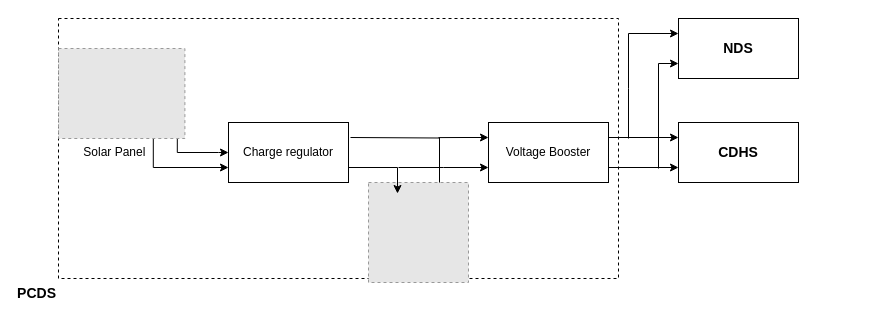
Earlier version of the draw.io diagram PCDS.drawio (AnuragMTP/Figures-thesis). Source tidied: cells renumbered, new cells numbered last; positions are measured from the earlier drawing's top-left corner, leaving out a move shared by most shapes. Both pictures are drawn from the tidied source at 100%, with x=0, y=0 at pixel (58, 18). Pictures stored in the file or linked from it are replaced by grey dashed boxes.
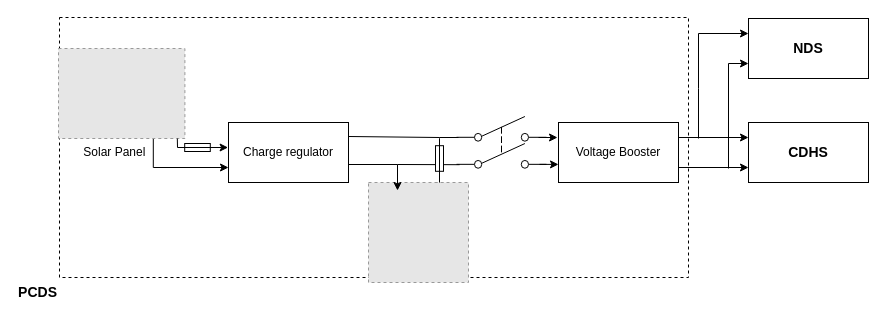
The same page after the edit.

The change refers to these unchanged cells:
```xml
<mxCell id="4" value="Charge regulator" style="rounded=0;whiteSpace=wrap;html=1;" parent="1" vertex="1">
  <mxGeometry x="170" y="104" width="120" height="60" as="geometry" />
</mxCell>
<mxCell id="7" style="fillColor=#E6E6E6;strokeColor=#999999;dashed=1;html=1;verticalAlign=top;verticalLabelPosition=bottom;labelBackgroundColor=#ffffff;" parent="1" vertex="1">
  <mxGeometry x="310" y="164" width="100" height="100" as="geometry" />
</mxCell>
<mxCell id="8" value="&amp;nbsp; &amp;nbsp; &amp;nbsp; &amp;nbsp;Solar Panel" style="fillColor=#E6E6E6;strokeColor=#999999;dashed=1;html=1;verticalAlign=top;verticalLabelPosition=bottom;labelBackgroundColor=#ffffff;align=left;" parent="1" vertex="1">
  <mxGeometry y="30" width="126.4" height="90" as="geometry" />
</mxCell>
```

What changed in the source:
```diff
@@
+    <mxCell id="19" style="edgeStyle=none;rounded=0;orthogonalLoop=1;jettySize=auto;html=1;exitX=0;exitY=0.5;exitDx=0;exitDy=0;exitPerimeter=0;startArrow=none;startFill=0;endArrow=none;endFill=0;entryX=0.023;entryY=0.918;entryDx=0;entryDy=0;entryPerimeter=0;" parent="1" edge="1">
+      <mxGeometry relative="1" as="geometry">
+        <mxPoint x="339" y="146" as="sourcePoint" />
+        <mxPoint x="401.1" y="146.2" as="targetPoint" />
+      </mxGeometry>
+    </mxCell>
     <mxCell id="2" value="&lt;b&gt;&lt;font style=&quot;font-size: 14px;&quot;&gt;PCDS&lt;/font&gt;&lt;/b&gt;" style="rounded=0;whiteSpace=wrap;html=1;dashed=1;fillColor=none;labelPosition=left;verticalLabelPosition=bottom;align=right;verticalAlign=top;horizontal=1;textDirection=ltr;" parent="1" vertex="1">
-      <mxGeometry width="560" height="260" as="geometry" />
+      <mxGeometry x="1" y="-1" width="629" height="260" as="geometry" />
     </mxCell>
-    <mxCell id="3" style="edgeStyle=orthogonalEdgeStyle;rounded=0;jettySize=auto;html=1;exitX=1;exitY=0.25;exitDx=0;exitDy=0;entryX=0.71;entryY=0.11;entryDx=0;entryDy=0;entryPerimeter=0;" parent="1" edge="1" target="7">
-      <mxGeometry relative="1" as="geometry">
-        <mxPoint x="292" y="119" as="sourcePoint" />
-      </mxGeometry>
-    </mxCell>
@@
-    <mxCell id="5" style="edgeStyle=orthogonalEdgeStyle;rounded=0;jettySize=auto;html=1;exitX=0.94;exitY=1;exitDx=0;exitDy=0;exitPerimeter=0;" parent="1" edge="1" source="8">
-      <mxGeometry relative="1" as="geometry">
-        <mxPoint x="170" y="134" as="targetPoint" />
-        <Array as="points">
-          <mxPoint x="119" y="134" />
-          <mxPoint x="160" y="134" />
-        </Array>
-      </mxGeometry>
-    </mxCell>
@@
+    <mxCell id="20" style="edgeStyle=orthogonalEdgeStyle;rounded=0;orthogonalLoop=1;jettySize=auto;html=1;exitX=0.71;exitY=0.11;exitDx=0;exitDy=0;exitPerimeter=0;entryX=1;entryY=0.5;entryDx=0;entryDy=0;entryPerimeter=0;startArrow=classic;startFill=1;endArrow=none;endFill=0;" parent="1" edge="1">
+      <mxGeometry relative="1" as="geometry">
+        <mxPoint x="381" y="172" as="sourcePoint" />
+        <mxPoint x="381" y="155" as="targetPoint" />
+      </mxGeometry>
+    </mxCell>
@@
-    <mxCell id="9" style="edgeStyle=orthogonalEdgeStyle;rounded=0;jettySize=auto;html=1;exitX=1;exitY=0.75;exitDx=0;exitDy=0;entryX=0.29;entryY=0.11;entryDx=0;entryDy=0;entryPerimeter=0;" parent="1" edge="1" source="4" target="7">
+    <mxCell id="9" style="edgeStyle=orthogonalEdgeStyle;rounded=0;orthogonalLoop=1;jettySize=auto;html=1;exitX=1;exitY=0.75;exitDx=0;exitDy=0;entryX=0.29;entryY=0.11;entryDx=0;entryDy=0;entryPerimeter=0;" parent="1" edge="1">
       <mxGeometry relative="1" as="geometry">
+        <mxPoint x="290" y="146" as="sourcePoint" />
+        <mxPoint x="339" y="172" as="targetPoint" />
         <Array as="points">
-          <mxPoint x="339" y="149" />
+          <mxPoint x="339" y="146" />
         </Array>
       </mxGeometry>
     </mxCell>
-    <mxCell id="10" style="edgeStyle=orthogonalEdgeStyle;rounded=0;jettySize=auto;html=1;exitX=0;exitY=0.25;exitDx=0;exitDy=0;startArrow=classic;startFill=1;endArrow=none;endFill=0;" parent="1" edge="1" source="14">
-      <mxGeometry relative="1" as="geometry">
-        <mxPoint x="380" y="119.1" as="targetPoint" />
-      </mxGeometry>
-    </mxCell>
-    <mxCell id="11" style="edgeStyle=orthogonalEdgeStyle;rounded=0;jettySize=auto;html=1;exitX=0;exitY=0.75;exitDx=0;exitDy=0;startArrow=classic;startFill=1;endArrow=none;endFill=0;" parent="1" edge="1" source="14">
-      <mxGeometry relative="1" as="geometry">
-        <mxPoint x="340" y="149" as="targetPoint" />
-        <Array as="points">
-          <mxPoint x="385" y="149" />
-        </Array>
-      </mxGeometry>
-    </mxCell>
@@
     <mxCell id="14" value="Voltage Booster" style="rounded=0;whiteSpace=wrap;html=1;" parent="1" vertex="1">
-      <mxGeometry x="430" y="104" width="120" height="60" as="geometry" />
+      <mxGeometry x="500" y="104" width="120" height="60" as="geometry" />
     </mxCell>
     <mxCell id="15" value="&lt;b&gt;&lt;font style=&quot;font-size: 14px;&quot;&gt;CDHS&lt;/font&gt;&lt;/b&gt;" style="rounded=0;whiteSpace=wrap;html=1;" parent="1" vertex="1">
-      <mxGeometry x="620" y="104" width="120" height="60" as="geometry" />
+      <mxGeometry x="690" y="104" width="120" height="60" as="geometry" />
     </mxCell>
     <mxCell id="16" style="edgeStyle=none;rounded=0;jettySize=auto;html=1;exitX=0;exitY=0.25;exitDx=0;exitDy=0;startArrow=classic;startFill=1;endArrow=none;endFill=0;" parent="1" edge="1" source="17">
       <mxGeometry relative="1" as="geometry">
-        <mxPoint x="570" y="120" as="targetPoint" />
+        <mxPoint x="640" y="120" as="targetPoint" />
         <Array as="points">
-          <mxPoint x="570" y="15" />
-          <mxPoint x="570" y="70" />
+          <mxPoint x="640" y="15" />
+          <mxPoint x="640" y="70" />
         </Array>
       </mxGeometry>
     </mxCell>
     <mxCell id="17" value="&lt;b&gt;&lt;font style=&quot;font-size: 14px;&quot;&gt;NDS&lt;/font&gt;&lt;/b&gt;" style="rounded=0;whiteSpace=wrap;html=1;" parent="1" vertex="1">
-      <mxGeometry x="620" width="120" height="60" as="geometry" />
+      <mxGeometry x="690" width="120" height="60" as="geometry" />
     </mxCell>
     <mxCell id="18" style="edgeStyle=none;rounded=0;jettySize=auto;html=1;exitX=0;exitY=0.75;exitDx=0;exitDy=0;startArrow=classic;startFill=1;endArrow=none;endFill=0;" parent="1" edge="1" source="17">
       <mxGeometry relative="1" as="geometry">
-        <mxPoint x="600" y="150" as="targetPoint" />
+        <mxPoint x="670" y="150" as="targetPoint" />
         <Array as="points">
-          <mxPoint x="600" y="45" />
+          <mxPoint x="670" y="45" />
         </Array>
       </mxGeometry>
     </mxCell>
+    <mxCell id="21" style="edgeStyle=orthogonalEdgeStyle;rounded=0;orthogonalLoop=1;jettySize=auto;html=1;exitX=1;exitY=0.5;exitDx=0;exitDy=0;exitPerimeter=0;entryX=0.013;entryY=0.414;entryDx=0;entryDy=0;entryPerimeter=0;startArrow=none;startFill=0;endArrow=classic;endFill=1;" parent="1" edge="1">
+      <mxGeometry relative="1" as="geometry">
+        <mxPoint x="158" y="129" as="sourcePoint" />
+        <mxPoint x="169.6" y="128.8" as="targetPoint" />
+      </mxGeometry>
+    </mxCell>
+    <mxCell id="22" style="edgeStyle=none;rounded=0;jettySize=auto;html=1;exitX=0;exitY=0.5;exitDx=0;exitDy=0;exitPerimeter=0;entryX=0.94;entryY=1;entryDx=0;entryDy=0;entryPerimeter=0;startArrow=none;startFill=0;endArrow=none;endFill=0;" parent="1" edge="1" source="23" target="8">
+      <mxGeometry relative="1" as="geometry" />
+    </mxCell>
+    <mxCell id="23" style="verticalLabelPosition=bottom;shadow=0;dashed=0;align=center;html=1;verticalAlign=top;shape=mxgraph.electrical.miscellaneous.fuse_2;" parent="1" vertex="1">
+      <mxGeometry x="119" y="125" width="40" height="8" as="geometry" />
+    </mxCell>
+    <mxCell id="24" style="edgeStyle=none;rounded=0;orthogonalLoop=1;jettySize=auto;html=1;exitX=0;exitY=0.5;exitDx=0;exitDy=0;exitPerimeter=0;entryX=1;entryY=0.25;entryDx=0;entryDy=0;startArrow=none;startFill=0;endArrow=none;endFill=0;" parent="1" edge="1">
+      <mxGeometry relative="1" as="geometry">
+        <mxPoint x="381" y="119" as="sourcePoint" />
+        <mxPoint x="290" y="118" as="targetPoint" />
+      </mxGeometry>
+    </mxCell>
+    <mxCell id="25" style="edgeStyle=none;rounded=0;jettySize=auto;html=1;exitX=0;exitY=0.5;exitDx=0;exitDy=0;exitPerimeter=0;startArrow=none;startFill=0;endArrow=none;endFill=0;" parent="1" edge="1" source="27">
+      <mxGeometry relative="1" as="geometry">
+        <mxPoint x="381" y="119" as="targetPoint" />
+      </mxGeometry>
+    </mxCell>
+    <mxCell id="26" style="edgeStyle=none;rounded=0;orthogonalLoop=1;jettySize=auto;html=1;exitX=0;exitY=0.5;exitDx=0;exitDy=0;exitPerimeter=0;startArrow=none;startFill=0;endArrow=none;endFill=0;" parent="1" edge="1">
+      <mxGeometry relative="1" as="geometry">
+        <mxPoint x="381" y="119" as="sourcePoint" />
+        <mxPoint x="400" y="119" as="targetPoint" />
+      </mxGeometry>
+    </mxCell>
+    <mxCell id="27" style="verticalLabelPosition=bottom;shadow=0;dashed=0;align=center;html=1;verticalAlign=top;shape=mxgraph.electrical.miscellaneous.fuse_2;direction=south;" parent="1" vertex="1">
+      <mxGeometry x="377" y="120" width="8" height="40" as="geometry" />
+    </mxCell>
+    <mxCell id="28" style="verticalLabelPosition=bottom;shadow=0;dashed=0;align=center;html=1;verticalAlign=top;shape=mxgraph.electrical.electro-mechanical.dpst2;elSwitchState=off;" parent="1" vertex="1">
+      <mxGeometry x="398" y="98" width="90" height="52" as="geometry" />
+    </mxCell>
+    <mxCell id="29" style="edgeStyle=none;rounded=0;orthogonalLoop=1;jettySize=auto;html=1;exitX=0;exitY=0.5;exitDx=0;exitDy=0;exitPerimeter=0;startArrow=none;startFill=0;endArrow=classic;endFill=1;" parent="1" edge="1">
+      <mxGeometry relative="1" as="geometry">
+        <mxPoint x="480" y="119" as="sourcePoint" />
+        <mxPoint x="499" y="119" as="targetPoint" />
+      </mxGeometry>
+    </mxCell>
+    <mxCell id="30" style="edgeStyle=none;rounded=0;orthogonalLoop=1;jettySize=auto;html=1;exitX=0;exitY=0.5;exitDx=0;exitDy=0;exitPerimeter=0;startArrow=none;startFill=0;endArrow=classic;endFill=1;" parent="1" edge="1">
+      <mxGeometry relative="1" as="geometry">
+        <mxPoint x="481" y="145.9" as="sourcePoint" />
+        <mxPoint x="500" y="145.9" as="targetPoint" />
+      </mxGeometry>
+    </mxCell>
```
